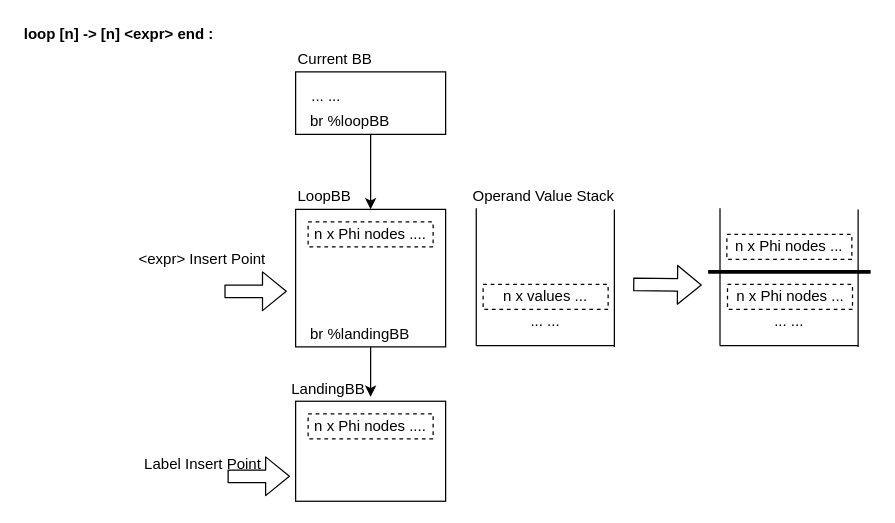
The draw.io diagram Images/4.MIR/translate-loop.drawio in NineKa/sable-wasm-thesis, before the edit. Source tidied: cells renumbered, new cells numbered last; positions are measured from the earlier drawing's top-left corner, leaving out a move shared by most shapes. Both pictures are drawn from the tidied source at 125%, with x=0, y=0 at pixel (21, 21).
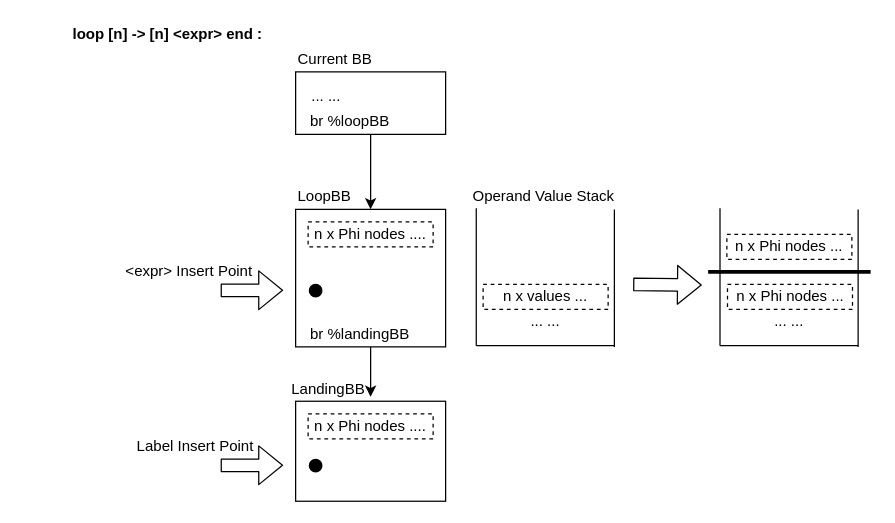
The same diagram, later.

Change to the diagram source:
```diff
@@
     <mxCell id="7" style="shape=flexArrow;endArrow=classic;html=1;" parent="1" edge="1">
       <mxGeometry relative="1" as="geometry">
-        <mxPoint x="164.5" y="363.5" as="sourcePoint" />
-        <mxPoint x="214.5" y="363.5" as="targetPoint" />
+        <mxPoint x="159" y="354.7" as="sourcePoint" />
+        <mxPoint x="209" y="354.7" as="targetPoint" />
       </mxGeometry>
     </mxCell>
     <mxCell id="8" value="Label Insert Point" style="text;html=1;strokeColor=none;fillColor=none;align=center;verticalAlign=middle;whiteSpace=wrap;rounded=0;dashed=1;" parent="1" vertex="1">
-      <mxGeometry x="94.5" y="343.5" width="100" height="20" as="geometry" />
+      <mxGeometry x="89" y="330" width="100" height="20" as="geometry" />
     </mxCell>
     <mxCell id="9" value="&lt;b&gt;loop [n] -&amp;gt; [n] &amp;lt;expr&amp;gt; end :&lt;br&gt;&lt;/b&gt;" style="text;html=1;strokeColor=none;fillColor=none;align=left;verticalAlign=middle;whiteSpace=wrap;rounded=0;dashed=1;" parent="1" vertex="1">
-      <mxGeometry width="309" height="20" as="geometry" />
+      <mxGeometry x="39" width="309" height="20" as="geometry" />
     </mxCell>
@@
     <mxCell id="15" style="shape=flexArrow;endArrow=classic;html=1;" parent="1" edge="1">
       <mxGeometry relative="1" as="geometry">
-        <mxPoint x="162" y="215.5" as="sourcePoint" />
-        <mxPoint x="212" y="215.5" as="targetPoint" />
+        <mxPoint x="159" y="214.7" as="sourcePoint" />
+        <mxPoint x="209" y="214.7" as="targetPoint" />
       </mxGeometry>
     </mxCell>
     <mxCell id="16" value="&amp;lt;expr&amp;gt; Insert Point" style="text;html=1;strokeColor=none;fillColor=none;align=center;verticalAlign=middle;whiteSpace=wrap;rounded=0;dashed=1;" parent="1" vertex="1">
-      <mxGeometry x="82" y="180" width="125" height="20" as="geometry" />
+      <mxGeometry x="79" y="190" width="110" height="20" as="geometry" />
     </mxCell>
@@
+    <mxCell id="34" style="ellipse;whiteSpace=wrap;html=1;fillColor=#000000;" parent="1" vertex="1">
+      <mxGeometry x="230" y="210" width="10" height="10" as="geometry" />
+    </mxCell>
+    <mxCell id="35" style="ellipse;whiteSpace=wrap;html=1;fillColor=#000000;" parent="1" vertex="1">
+      <mxGeometry x="230" y="350" width="10" height="10" as="geometry" />
+    </mxCell>
```
